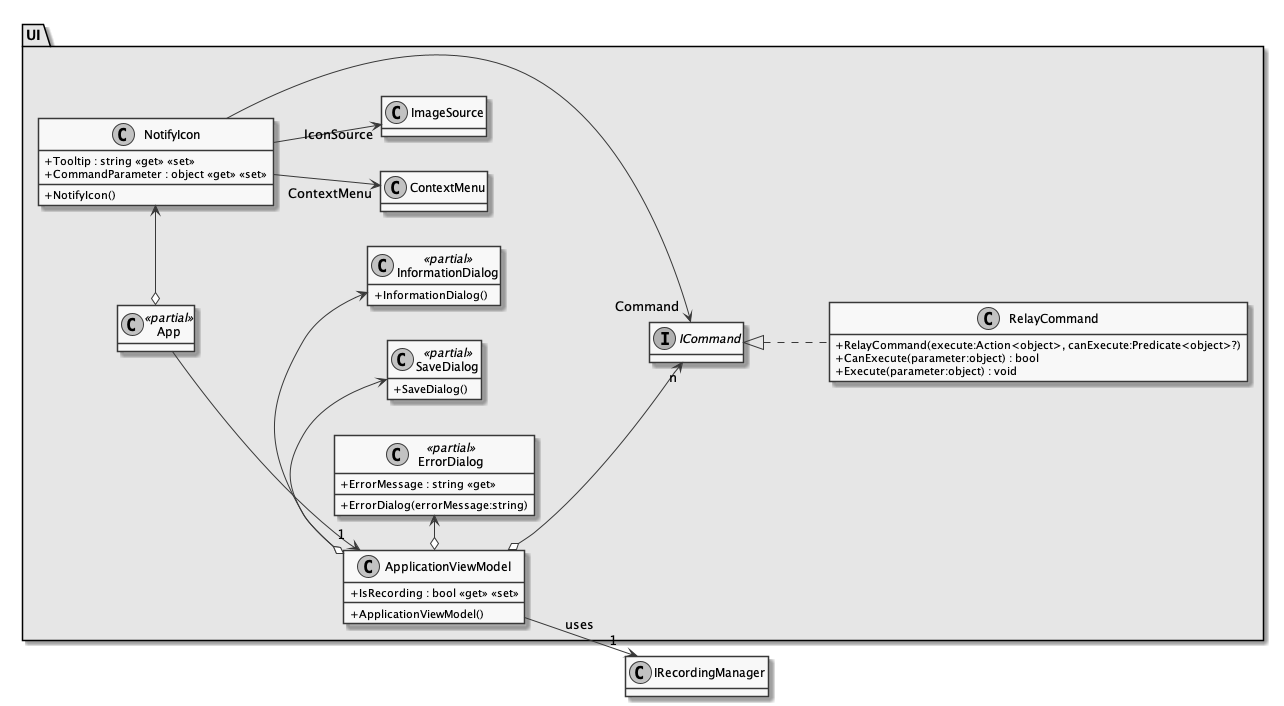
This is documents/sd/resources/Packages/UI.png from insightmind/MORR, a PlantUML export, as it was before one commit. Source of this version:
```plantuml
@startuml UI
skinparam monochrome true
skinparam classAttributeIconSize 0

left to right direction
hide empty fields
    package "UI" #E6E6E6 {
        class ErrorDialog <<partial>> {
            + ErrorDialog(errorMessage:string)
            + ErrorMessage : string <<get>>
        }

        class InformationDialog <<partial>> {
            + InformationDialog()
        }

        class SaveDialog <<partial>> {
            + SaveDialog()
        }

        class ApplicationViewModel {
            + ApplicationViewModel()
            + IsRecording : bool <<get>> <<set>>
        }

        class NotifyIcon {
            + NotifyIcon()
            + Tooltip : string <<get>> <<set>>
            + CommandParameter : object <<get>> <<set>>
        }

        class RelayCommand {
            + RelayCommand(execute:Action<object>, canExecute:Predicate<object>?)
            + CanExecute(parameter:object) : bool
            + Execute(parameter:object) : void
        }

        interface ICommand {

        }

        class ContextMenu {

        }

        class ImageSource {

        }

        class App <<partial>> {

        }
    }

    ApplicationViewModel --> "1" IRecordingManager : uses
    ApplicationViewModel o--> "n" ICommand
    App --> "1" ApplicationViewModel
    ApplicationViewModel o-> SaveDialog
    ApplicationViewModel o-> ErrorDialog
    ApplicationViewModel o-> InformationDialog
    App o-> NotifyIcon
    NotifyIcon --> "IconSource" ImageSource
    NotifyIcon --> "Command" ICommand
    NotifyIcon --> "ContextMenu" ContextMenu
    ICommand <|.. RelayCommand
@enduml
```
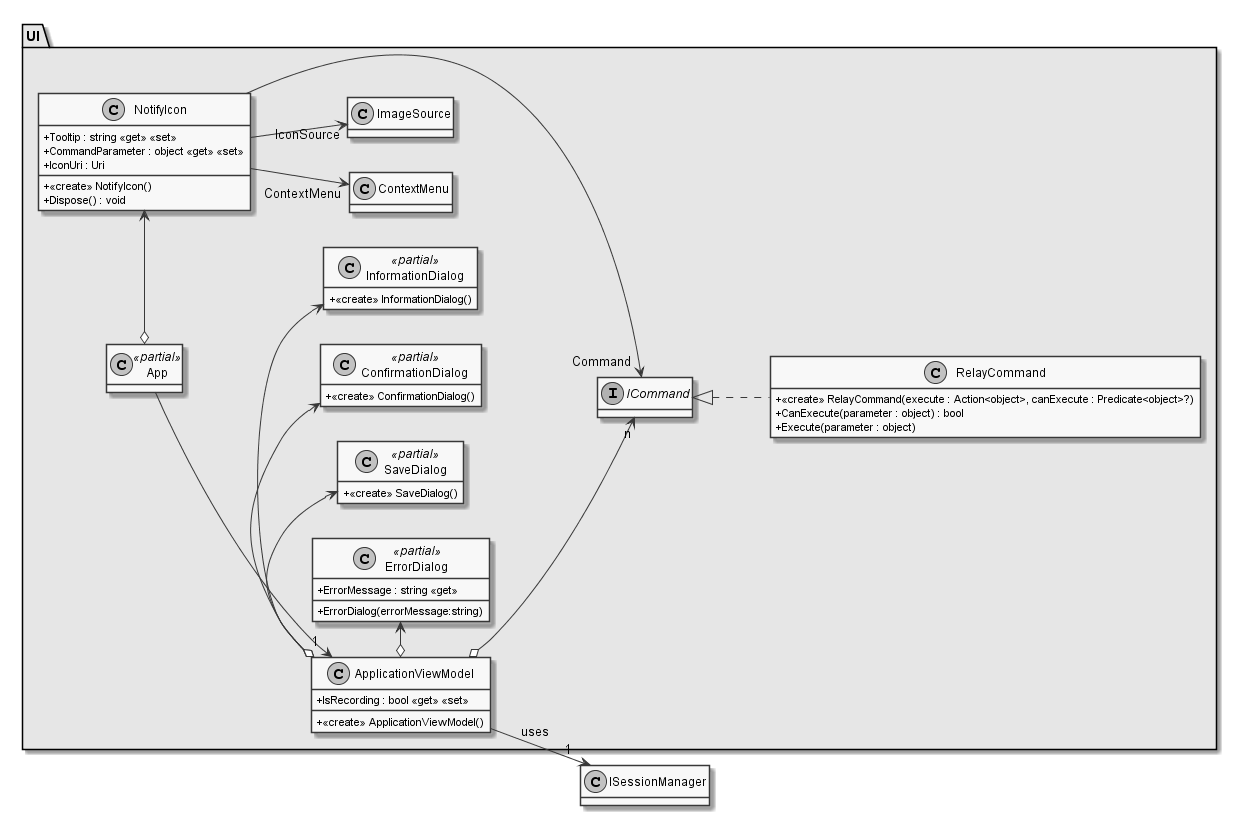
The same file after the commit.

Commit message:
Update package section

Change to the diagram source:
```diff
@@ -4,63 +4,67 @@
 
 left to right direction
 hide empty fields
-    package "UI" #E6E6E6 {
-        class ErrorDialog <<partial>> {
-            + ErrorDialog(errorMessage:string)
-            + ErrorMessage : string <<get>>
-        }
+package "UI" #E6E6E6 {
+    class ErrorDialog <<partial>> {
+        + ErrorDialog(errorMessage:string)
+        + ErrorMessage : string <<get>>
+    }
+class ConfirmationDialog <<partial>> {
+    + <<create>> ConfirmationDialog()
+}
+class InformationDialog <<partial>> {
+    + <<create>> InformationDialog()
+}
 
-        class InformationDialog <<partial>> {
-            + InformationDialog()
-        }
+class SaveDialog <<partial>> {
+    + <<create>> SaveDialog()
+}
 
-        class SaveDialog <<partial>> {
-            + SaveDialog()
-        }
+class ApplicationViewModel {
+    + <<create>> ApplicationViewModel()
+    + IsRecording : bool <<get>> <<set>>
+}
 
-        class ApplicationViewModel {
-            + ApplicationViewModel()
-            + IsRecording : bool <<get>> <<set>>
-        }
+class NotifyIcon {
+    + <<create>> NotifyIcon()
+    + Tooltip : string <<get>> <<set>>
+    + CommandParameter : object <<get>> <<set>>
+    + IconUri : Uri
+    + Dispose() : void
+}
 
-        class NotifyIcon {
-            + NotifyIcon()
-            + Tooltip : string <<get>> <<set>>
-            + CommandParameter : object <<get>> <<set>>
-        }
+class RelayCommand {
+    + <<create>> RelayCommand(execute : Action<object>, canExecute : Predicate<object>?)
+    + CanExecute(parameter : object) : bool
+    + Execute(parameter : object)
+}
 
-        class RelayCommand {
-            + RelayCommand(execute:Action<object>, canExecute:Predicate<object>?)
-            + CanExecute(parameter:object) : bool
-            + Execute(parameter:object) : void
-        }
+    interface ICommand {
 
-        interface ICommand {
-
-        }
-
-        class ContextMenu {
-
-        }
-
-        class ImageSource {
-
-        }
-
-        class App <<partial>> {
-
-        }
     }
 
-    ApplicationViewModel --> "1" IRecordingManager : uses
-    ApplicationViewModel o--> "n" ICommand
-    App --> "1" ApplicationViewModel
-    ApplicationViewModel o-> SaveDialog
-    ApplicationViewModel o-> ErrorDialog
-    ApplicationViewModel o-> InformationDialog
-    App o-> NotifyIcon
-    NotifyIcon --> "IconSource" ImageSource
-    NotifyIcon --> "Command" ICommand
-    NotifyIcon --> "ContextMenu" ContextMenu
-    ICommand <|.. RelayCommand
+    class ContextMenu {
+
+    }
+
+    class ImageSource {
+
+    }
+
+class App <<partial>> {
+}
+}
+
+ApplicationViewModel --> "1" ISessionManager : uses
+ApplicationViewModel o--> "n" ICommand
+App --> "1" ApplicationViewModel
+ApplicationViewModel o-> ConfirmationDialog
+ApplicationViewModel o-> SaveDialog
+ApplicationViewModel o-> ErrorDialog
+ApplicationViewModel o-> InformationDialog
+App o-> NotifyIcon
+NotifyIcon --> "IconSource" ImageSource
+NotifyIcon --> "Command" ICommand
+NotifyIcon --> "ContextMenu" ContextMenu
+ICommand <|.. RelayCommand
 @enduml
```
